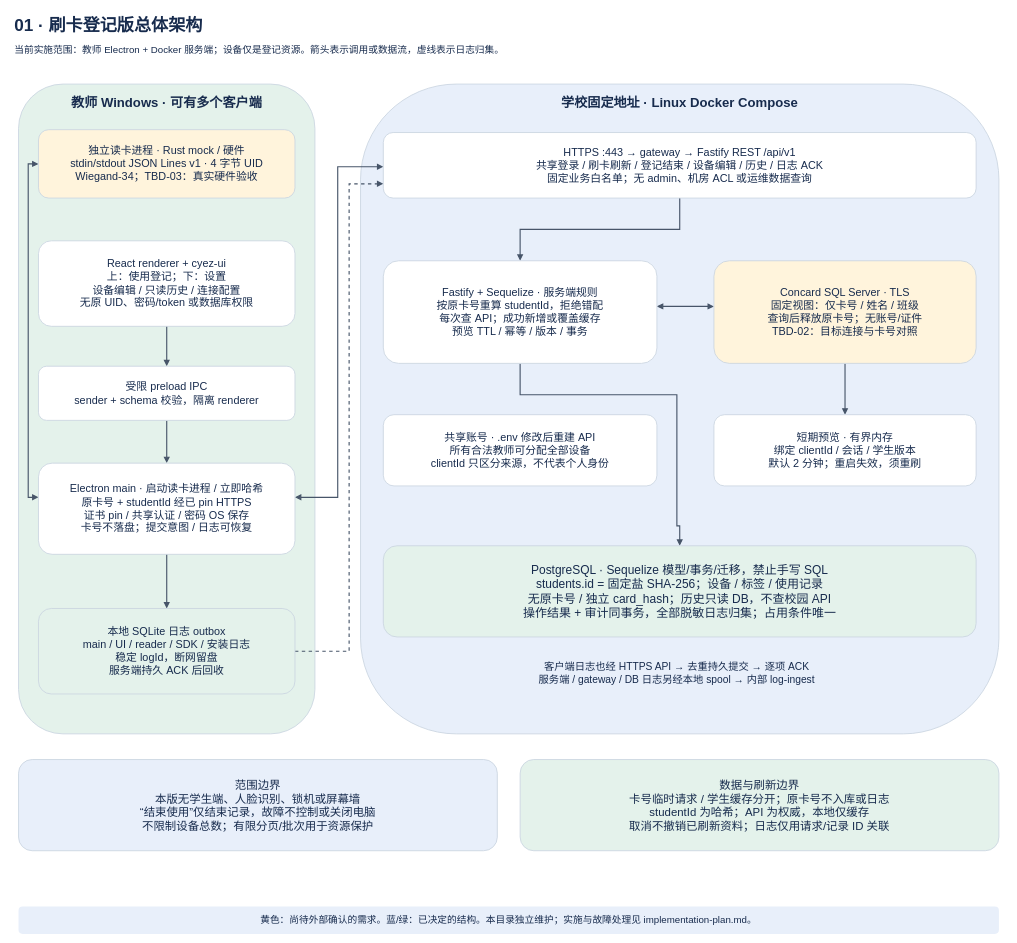
The draw.io diagram page "01 · 刷卡登记版总体架构" (1 of 8) of record-only/docs/architecture.drawio in lmyzzzz/cyez-library-management, before the edit. Source tidied: cells renumbered, new cells numbered last; positions are measured from the earlier drawing's top-left corner, leaving out a move shared by most shapes. Both pictures are drawn from the tidied source at 57%, with x=0, y=0 at pixel (10, 10).
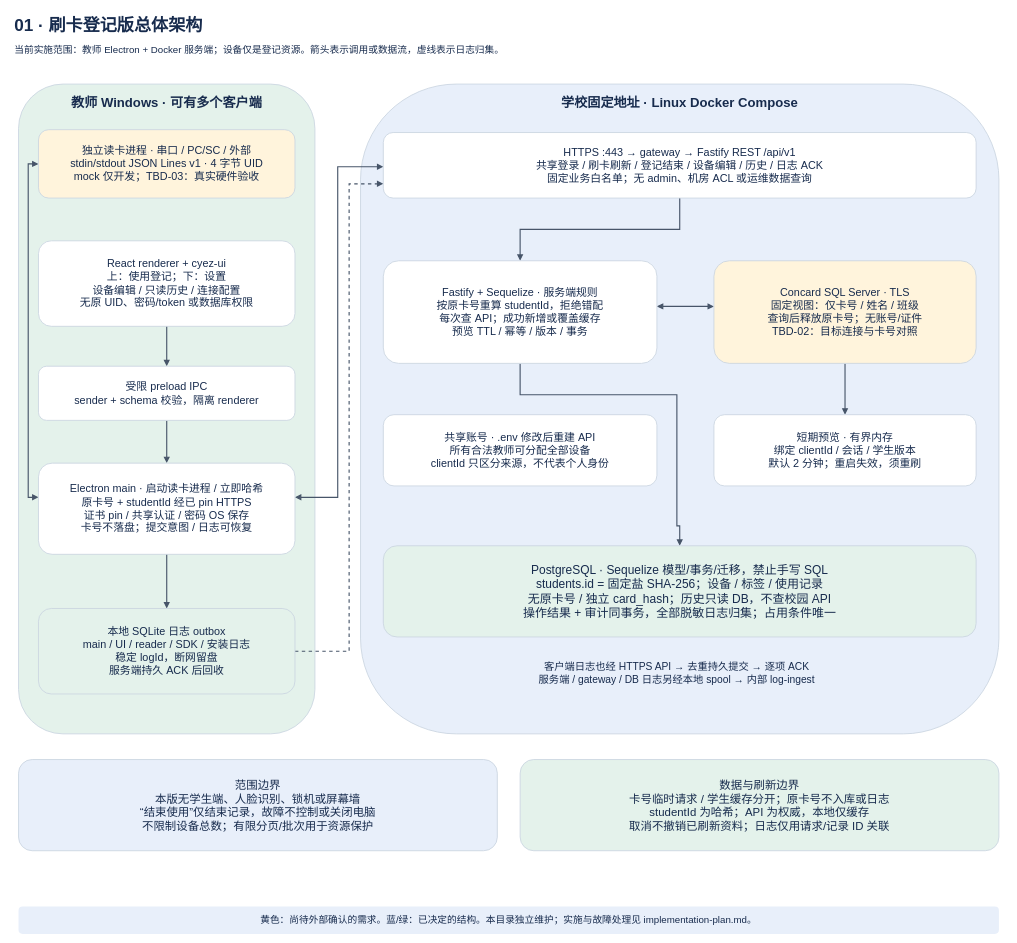
After the change.

The edit, as a diff of the source:
```diff
@@
-    <mxCell id="17" value="独立读卡进程 · Rust mock / 硬件&#10;stdin/stdout JSON Lines v1 · 4 字节 UID&#10;Wiegand-34；TBD-03：真实硬件验收" style="rounded=1;whiteSpace=wrap;html=0;fillColor=#fff4dc;strokeColor=#cbd5e1;strokeWidth=1.5;fontColor=#172b4d;fontFamily=Microsoft YaHei;fontSize=19;fontStyle=0;align=center;verticalAlign=middle;spacing=8;" parent="1" vertex="1">
+    <mxCell id="17" value="独立读卡进程 · 串口 / PC/SC / 外部&#10;stdin/stdout JSON Lines v1 · 4 字节 UID&#10;mock 仅开发；TBD-03：真实硬件验收" style="rounded=1;whiteSpace=wrap;html=0;fillColor=#fff4dc;strokeColor=#cbd5e1;strokeWidth=1.5;fontColor=#172b4d;fontFamily=Microsoft YaHei;fontSize=19;fontStyle=0;align=center;verticalAlign=middle;spacing=8;" parent="1" vertex="1">
       <mxGeometry x="50" y="210" width="450" height="120" as="geometry" />
     </mxCell>
```
